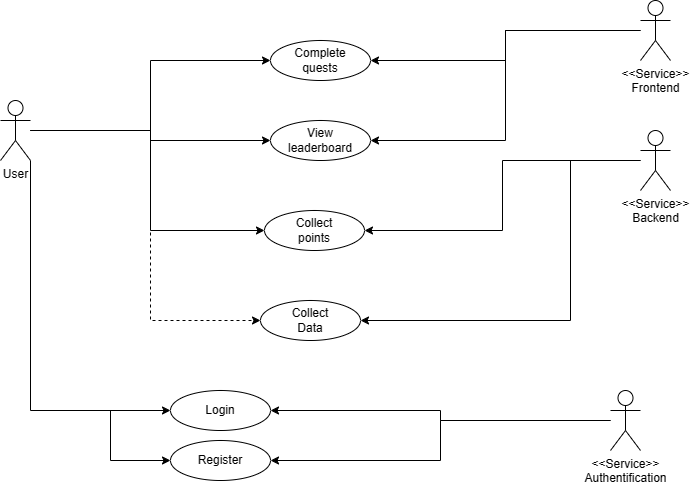
Before: docs/requirement_analysis/use_case.png, a diagram exported from draw.io (DubskySteam/AQP). Source tidied: cells renumbered, new cells last; positions are measured from the earlier drawing's top-left corner, leaving out a move shared by most shapes.
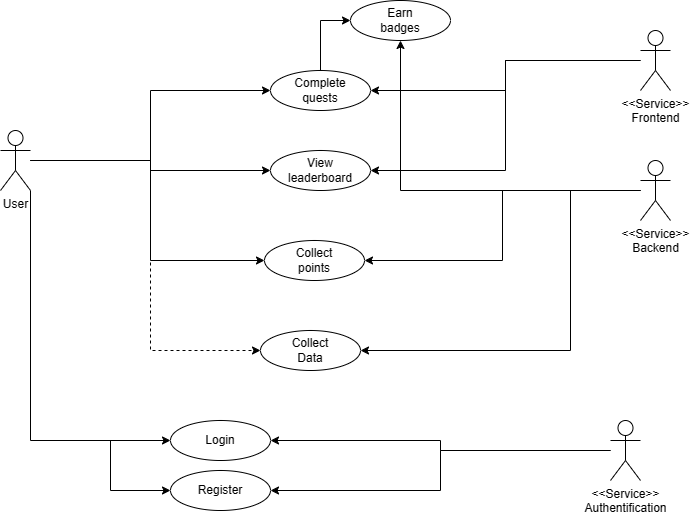
Later version of the same file.

Commit message:
update use case diagrams

Diff of the diagram source:
```diff
@@ -42,6 +42,9 @@
     <mxCell id="11" value="Register" style="text;html=1;strokeColor=none;fillColor=none;align=center;verticalAlign=middle;whiteSpace=wrap;rounded=0;" parent="1" vertex="1">
       <mxGeometry x="190" y="445" width="60" height="30" as="geometry" />
     </mxCell>
+    <mxCell id="30" style="edgeStyle=orthogonalEdgeStyle;rounded=0;jettySize=auto;html=1;entryX=0;entryY=0.5;entryDx=0;entryDy=0;" parent="1" edge="1" source="12" target="32">
+      <mxGeometry relative="1" as="geometry" />
+    </mxCell>
     <mxCell id="12" style="ellipse;whiteSpace=wrap;html=1;" parent="1" vertex="1">
       <mxGeometry x="270" y="40" width="100" height="40" as="geometry" />
     </mxCell>
@@ -86,6 +89,9 @@
     <mxCell id="24" style="edgeStyle=orthogonalEdgeStyle;rounded=0;jettySize=auto;html=1;entryX=1;entryY=0.5;entryDx=0;entryDy=0;" parent="1" edge="1" source="25" target="19">
       <mxGeometry relative="1" as="geometry" />
     </mxCell>
+    <mxCell id="31" style="edgeStyle=orthogonalEdgeStyle;rounded=0;jettySize=auto;html=1;entryX=0.5;entryY=1;entryDx=0;entryDy=0;" parent="1" edge="1" source="25" target="32">
+      <mxGeometry relative="1" as="geometry" />
+    </mxCell>
     <mxCell id="25" value="&amp;lt;&amp;lt;Service&amp;gt;&amp;gt;&lt;br&gt;Backend" style="shape=umlActor;html=1;verticalLabelPosition=bottom;verticalAlign=top;align=center;" parent="1" vertex="1">
       <mxGeometry x="640" y="130" width="30" height="60" as="geometry" />
     </mxCell>
@@ -106,5 +112,11 @@
     <mxCell id="29" value="&amp;lt;&amp;lt;Service&amp;gt;&amp;gt;&lt;br&gt;Frontend" style="shape=umlActor;html=1;verticalLabelPosition=bottom;verticalAlign=top;align=center;" parent="1" vertex="1">
       <mxGeometry x="640" width="30" height="60" as="geometry" />
     </mxCell>
+    <mxCell id="32" style="ellipse;whiteSpace=wrap;html=1;" parent="1" vertex="1">
+      <mxGeometry x="350" y="-30" width="100" height="40" as="geometry" />
+    </mxCell>
+    <mxCell id="33" value="Earn badges" style="text;html=1;strokeColor=none;fillColor=none;align=center;verticalAlign=middle;whiteSpace=wrap;rounded=0;" parent="1" vertex="1">
+      <mxGeometry x="370" y="-25" width="60" height="30" as="geometry" />
+    </mxCell>
   </root>
 </mxGraphModel>
```
